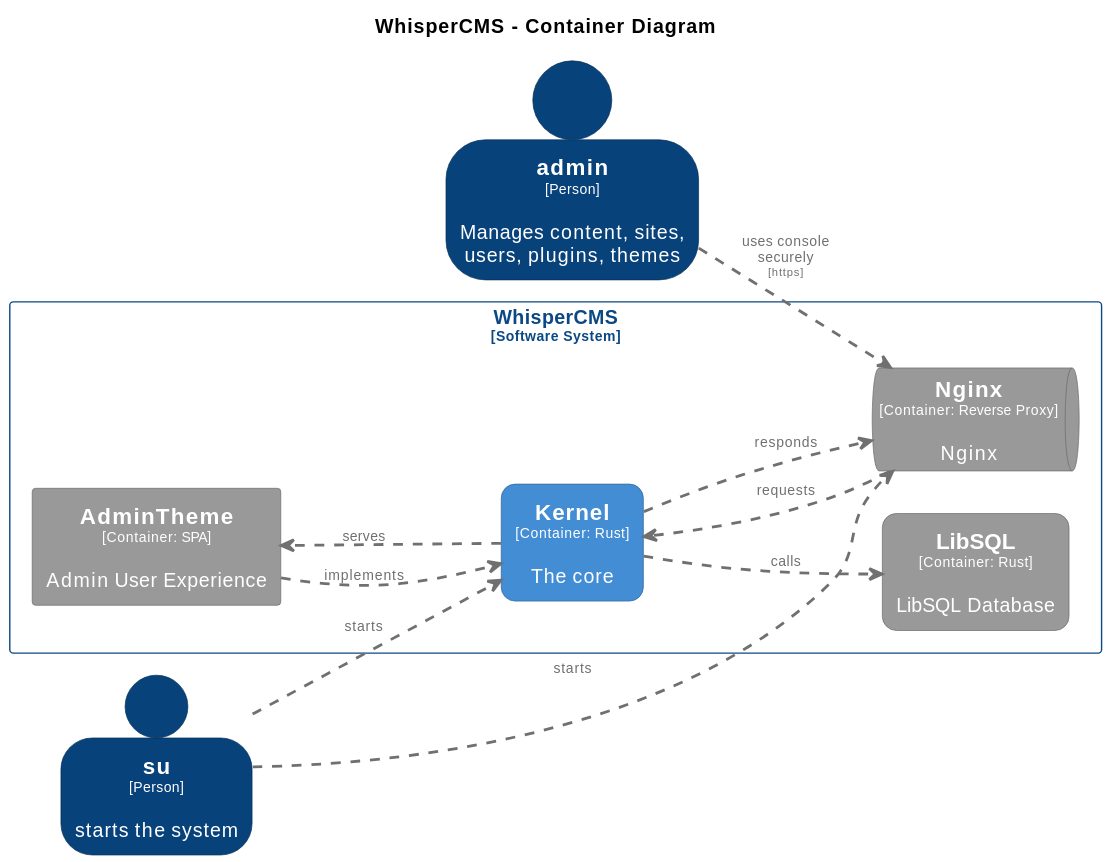
This is docs/diagrams/structurizr-WhisperCMS-Containers.svg from CoderByBlood/whisper-cms, a PlantUML export, as it was before one commit.
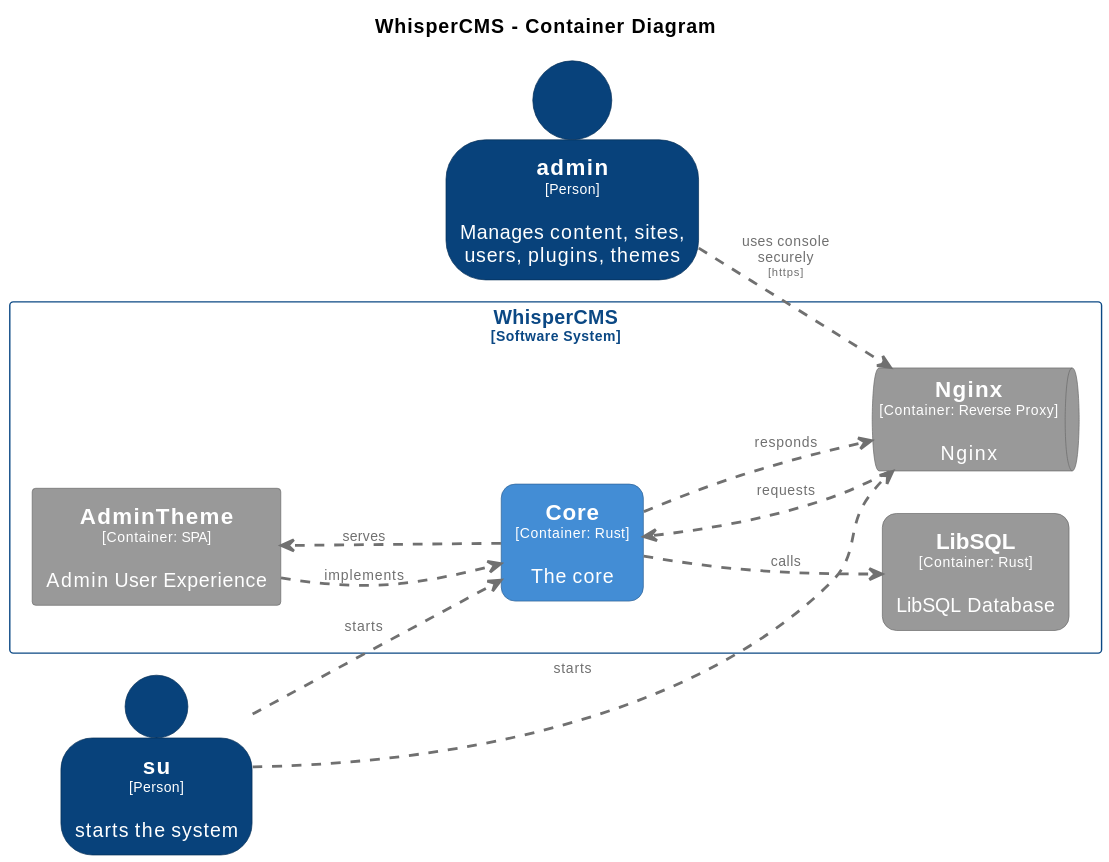
After the commit.

Diff of the diagram source:
```diff
@@ -21,7 +21,7 @@
   BorderColor #6b6b6b
   shadowing false
 }
-skinparam rectangle<<WhisperCMS.Kernel>> {
+skinparam rectangle<<WhisperCMS.Core>> {
   BackgroundColor #438dd5
   FontColor #ffffff
   BorderColor #2e6295
@@ -64,17 +64,17 @@
 
 rectangle "WhisperCMS\n<size:10>[Software System]</size>" <<WhisperCMS>> {
   rectangle "==AdminTheme\n<size:10>[Container: SPA]</size>\n\nAdmin User Experience" <<WhisperCMS.AdminTheme>> as WhisperCMS.AdminTheme
-  rectangle "==Kernel\n<size:10>[Container: Rust]</size>\n\nThe core" <<WhisperCMS.Kernel>> as WhisperCMS.Kernel
   queue "==Nginx\n<size:10>[Container: Reverse Proxy]</size>\n\nNginx" <<WhisperCMS.Nginx>> as WhisperCMS.Nginx
+  rectangle "==Core\n<size:10>[Container: Rust]</size>\n\nThe core" <<WhisperCMS.Core>> as WhisperCMS.Core
   rectangle "==LibSQL\n<size:10>[Container: Rust]</size>\n\nLibSQL Database" <<WhisperCMS.LibSQL>> as WhisperCMS.LibSQL
 }
 
-su .[#707070,thickness=2].> WhisperCMS.Kernel : "<color:#707070>starts"
-WhisperCMS.AdminTheme .[#707070,thickness=2].> WhisperCMS.Kernel : "<color:#707070>implements"
-WhisperCMS.Kernel .[#707070,thickness=2].> WhisperCMS.AdminTheme : "<color:#707070>serves"
+su .[#707070,thickness=2].> WhisperCMS.Core : "<color:#707070>starts"
+WhisperCMS.AdminTheme .[#707070,thickness=2].> WhisperCMS.Core : "<color:#707070>implements"
+WhisperCMS.Core .[#707070,thickness=2].> WhisperCMS.AdminTheme : "<color:#707070>serves"
 su .[#707070,thickness=2].> WhisperCMS.Nginx : "<color:#707070>starts"
 admin .[#707070,thickness=2].> WhisperCMS.Nginx : "<color:#707070>uses console securely\n<color:#707070><size:8>[https]</size>"
-WhisperCMS.Nginx .[#707070,thickness=2].> WhisperCMS.Kernel : "<color:#707070>requests"
-WhisperCMS.Kernel .[#707070,thickness=2].> WhisperCMS.Nginx : "<color:#707070>responds"
-WhisperCMS.Kernel .[#707070,thickness=2].> WhisperCMS.LibSQL : "<color:#707070>calls"
+WhisperCMS.Nginx .[#707070,thickness=2].> WhisperCMS.Core : "<color:#707070>requests"
+WhisperCMS.Core .[#707070,thickness=2].> WhisperCMS.Nginx : "<color:#707070>responds"
+WhisperCMS.Core .[#707070,thickness=2].> WhisperCMS.LibSQL : "<color:#707070>calls"
 @enduml
```
